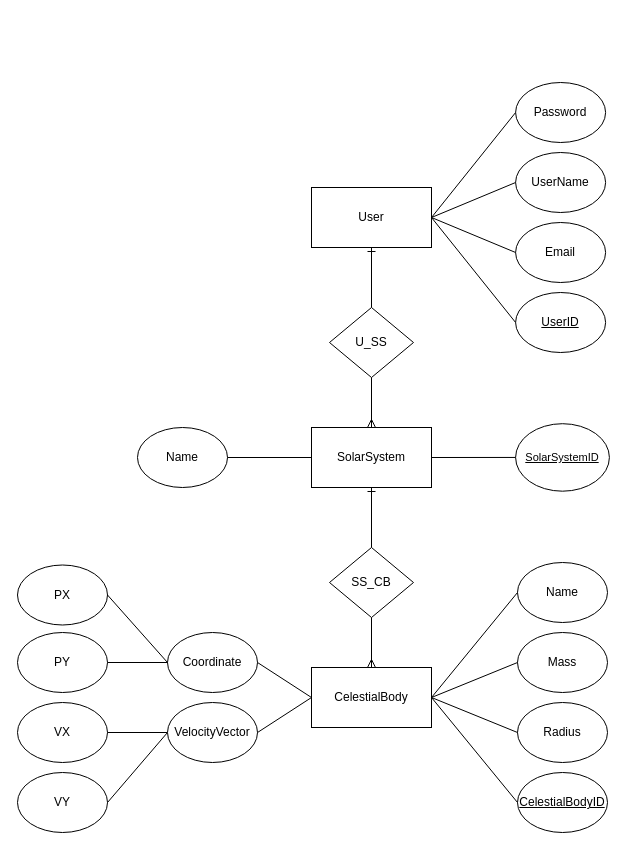
bbalage/evoPlanet keeps this draw.io diagram as docs/Database ER diagram.drawio. Above is the earlier version. Source tidied: cells renumbered, new cells numbered last; positions are measured from the earlier drawing's top-left corner, leaving out a move shared by most shapes. Both pictures are drawn from the tidied source at 100%, with x=0, y=0 at pixel (17, 82).
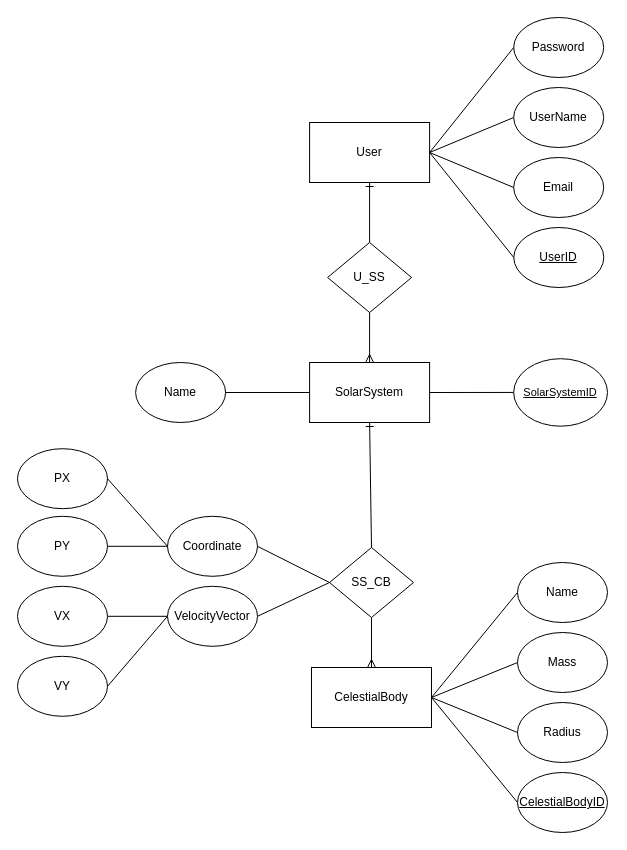
The same diagram, later.

Commit message (it also covers changes not shown here):
Database ER model 2. fix

The change refers to these unchanged cells:
```xml
<mxCell id="4" value="CelestialBody" style="rounded=0;whiteSpace=wrap;html=1;" parent="1" vertex="1">
  <mxGeometry x="294" y="585" width="120" height="60" as="geometry" />
</mxCell>
<mxCell id="30" value="SS_CB" style="rhombus;whiteSpace=wrap;html=1;" parent="1" vertex="1">
  <mxGeometry x="312" y="465" width="84" height="70" as="geometry" />
</mxCell>
```

Change to the diagram source:
```diff
@@
     <mxCell id="2" value="User" style="rounded=0;whiteSpace=wrap;html=1;" parent="1" vertex="1">
-      <mxGeometry x="294" y="105" width="120" height="60" as="geometry" />
+      <mxGeometry x="292.1" y="40" width="120" height="60" as="geometry" />
     </mxCell>
     <mxCell id="3" value="SolarSystem" style="rounded=0;whiteSpace=wrap;html=1;" parent="1" vertex="1">
-      <mxGeometry x="294" y="345" width="120" height="60" as="geometry" />
+      <mxGeometry x="292.1" y="280" width="120" height="60" as="geometry" />
     </mxCell>
@@
     <mxCell id="5" value="Password" style="ellipse;whiteSpace=wrap;html=1;" parent="1" vertex="1">
-      <mxGeometry x="498.1" width="90" height="60" as="geometry" />
+      <mxGeometry x="496.2" y="-65" width="90" height="60" as="geometry" />
     </mxCell>
     <mxCell id="6" value="UserName" style="ellipse;whiteSpace=wrap;html=1;" parent="1" vertex="1">
-      <mxGeometry x="498.1" y="70" width="90" height="60" as="geometry" />
+      <mxGeometry x="496.2" y="5" width="90" height="60" as="geometry" />
     </mxCell>
     <mxCell id="7" value="Email" style="ellipse;whiteSpace=wrap;html=1;" parent="1" vertex="1">
-      <mxGeometry x="498.1" y="140" width="90" height="60" as="geometry" />
+      <mxGeometry x="496.2" y="75" width="90" height="60" as="geometry" />
     </mxCell>
@@
     <mxCell id="14" value="Coordinate" style="ellipse;whiteSpace=wrap;html=1;" parent="1" vertex="1">
-      <mxGeometry x="150" y="550" width="90" height="60" as="geometry" />
+      <mxGeometry x="150" y="433.8" width="90" height="60" as="geometry" />
     </mxCell>
     <mxCell id="15" value="VX" style="ellipse;whiteSpace=wrap;html=1;" parent="1" vertex="1">
-      <mxGeometry y="620" width="90" height="60" as="geometry" />
+      <mxGeometry y="503.8" width="90" height="60" as="geometry" />
     </mxCell>
     <mxCell id="16" value="PY" style="ellipse;whiteSpace=wrap;html=1;" parent="1" vertex="1">
-      <mxGeometry y="550" width="90" height="60" as="geometry" />
+      <mxGeometry y="433.8" width="90" height="60" as="geometry" />
     </mxCell>
     <mxCell id="17" value="PX" style="ellipse;whiteSpace=wrap;html=1;" parent="1" vertex="1">
-      <mxGeometry y="482.5" width="90" height="60" as="geometry" />
+      <mxGeometry y="366.2" width="90" height="60" as="geometry" />
     </mxCell>
     <mxCell id="18" value="VY" style="ellipse;whiteSpace=wrap;html=1;" parent="1" vertex="1">
-      <mxGeometry y="690" width="90" height="60" as="geometry" />
+      <mxGeometry y="573.8" width="90" height="60" as="geometry" />
     </mxCell>
@@
-    <mxCell id="26" style="endArrow=none;html=1;rounded=0;entryX=0;entryY=0.5;entryDx=0;entryDy=0;exitX=1;exitY=0.5;exitDx=0;exitDy=0;" parent="1" edge="1" source="14" target="4">
+    <mxCell id="26" style="endArrow=none;html=1;rounded=0;entryX=0;entryY=0.5;entryDx=0;entryDy=0;exitX=1;exitY=0.5;exitDx=0;exitDy=0;" parent="1" edge="1" source="14" target="30">
       <mxGeometry relative="1" as="geometry" />
     </mxCell>
@@
     <mxCell id="29" value="U_SS" style="rhombus;whiteSpace=wrap;html=1;" parent="1" vertex="1">
-      <mxGeometry x="312" y="225" width="84" height="70" as="geometry" />
+      <mxGeometry x="310.1" y="160" width="84" height="70" as="geometry" />
     </mxCell>
@@
     <mxCell id="35" value="&lt;u&gt;&lt;font style=&quot;font-size: 11px;&quot;&gt;SolarSystemID&lt;/font&gt;&lt;/u&gt;" style="ellipse;whiteSpace=wrap;html=1;" parent="1" vertex="1">
-      <mxGeometry x="498.1" y="341.2" width="93.8" height="67.5" as="geometry" />
+      <mxGeometry x="496.2" y="276.2" width="93.8" height="67.5" as="geometry" />
     </mxCell>
@@
     <mxCell id="37" value="&lt;u&gt;UserID&lt;/u&gt;" style="ellipse;whiteSpace=wrap;html=1;" parent="1" vertex="1">
-      <mxGeometry x="498.1" y="210" width="90" height="60" as="geometry" />
+      <mxGeometry x="496.3" y="145" width="90" height="60" as="geometry" />
     </mxCell>
@@
     <mxCell id="39" value="Name" style="ellipse;whiteSpace=wrap;html=1;" parent="1" vertex="1">
-      <mxGeometry x="120" y="345" width="90" height="60" as="geometry" />
+      <mxGeometry x="118.1" y="280" width="90" height="60" as="geometry" />
     </mxCell>
@@
     <mxCell id="41" value="VelocityVector" style="ellipse;whiteSpace=wrap;html=1;" parent="1" vertex="1">
-      <mxGeometry x="150" y="620" width="90" height="60" as="geometry" />
+      <mxGeometry x="150" y="503.8" width="90" height="60" as="geometry" />
     </mxCell>
-    <mxCell id="42" style="endArrow=none;html=1;rounded=0;entryX=0;entryY=0.5;entryDx=0;entryDy=0;exitX=1;exitY=0.5;exitDx=0;exitDy=0;" parent="1" edge="1" source="41" target="4">
+    <mxCell id="42" style="endArrow=none;html=1;rounded=0;entryX=0;entryY=0.5;entryDx=0;entryDy=0;exitX=1;exitY=0.5;exitDx=0;exitDy=0;" parent="1" edge="1" source="41" target="30">
       <mxGeometry relative="1" as="geometry" />
     </mxCell>
```
